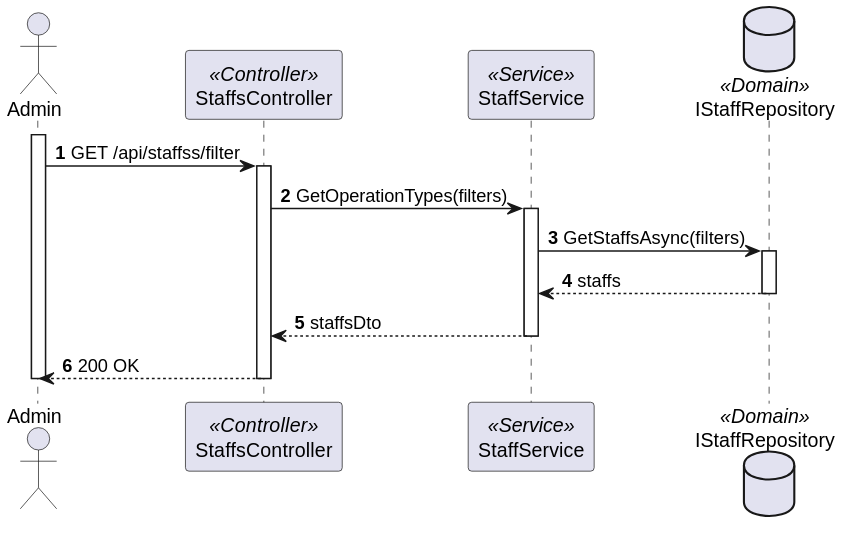
The PlantUML diagram docs/sprint-a/us-5.1.15/views/level3/process-view-2.svg in 1220846/sem5pi-24-25-3ddg20, before a commit.
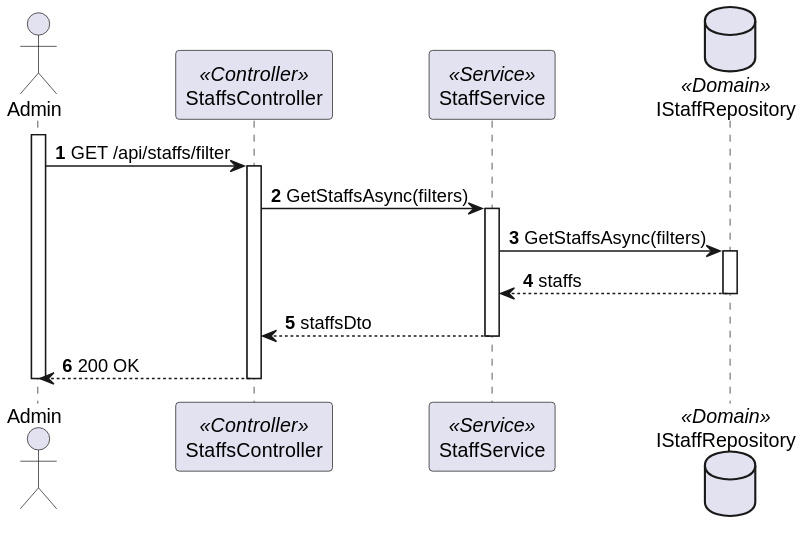
The same file after the commit.

Diff of the diagram source:
```diff
@@ -7,9 +7,9 @@
 database "IStaffRepository" as Repository <<Domain>>
 
 activate Admin
-        Admin -> Controller : GET /api/staffss/filter
+        Admin -> Controller : GET /api/staffs/filter
         activate Controller
-            Controller -> Service : GetOperationTypes(filters)
+            Controller -> Service : GetStaffsAsync(filters)
             activate Service
                 Service ->  Repository : GetStaffsAsync(filters)
                 activate Repository
```
